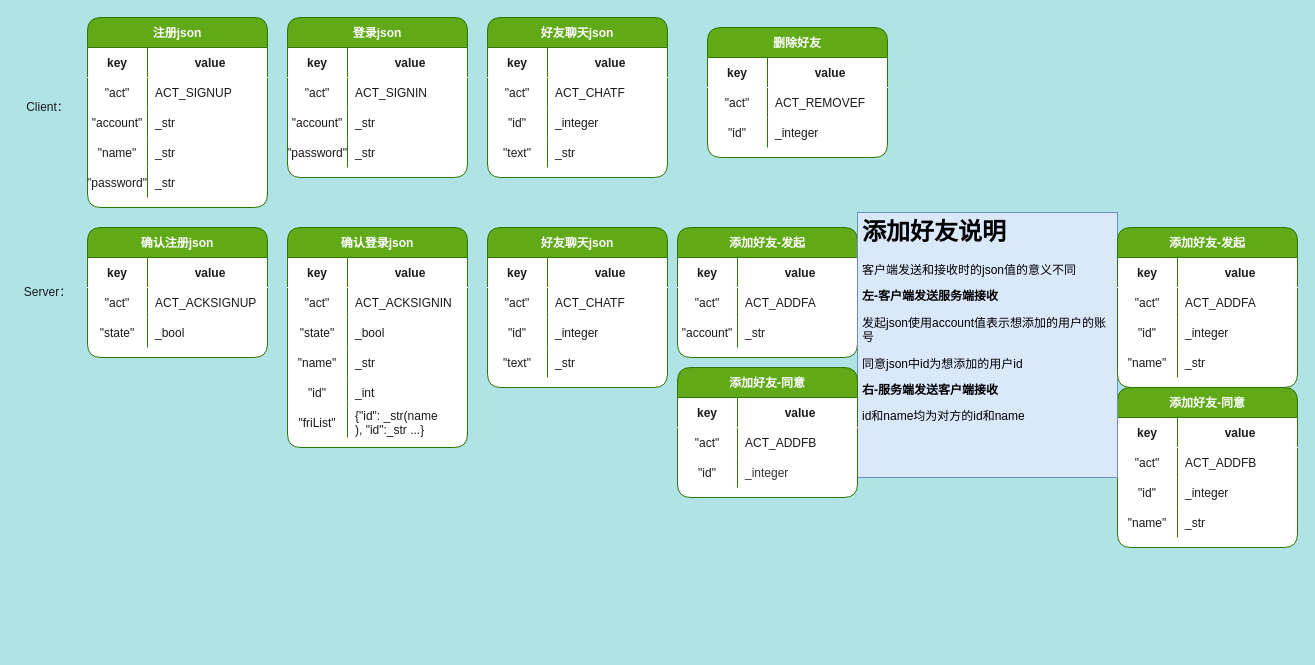
This is json类型约定.drawio from leo-zhang-git/Gchatpro-file, a draw.io file, before an edit. Source tidied: cells renumbered, new cells numbered last; positions are measured from the earlier drawing's top-left corner, leaving out a move shared by most shapes. Both pictures are drawn from the tidied source at 100%, with x=0, y=0 at pixel (17, 17).
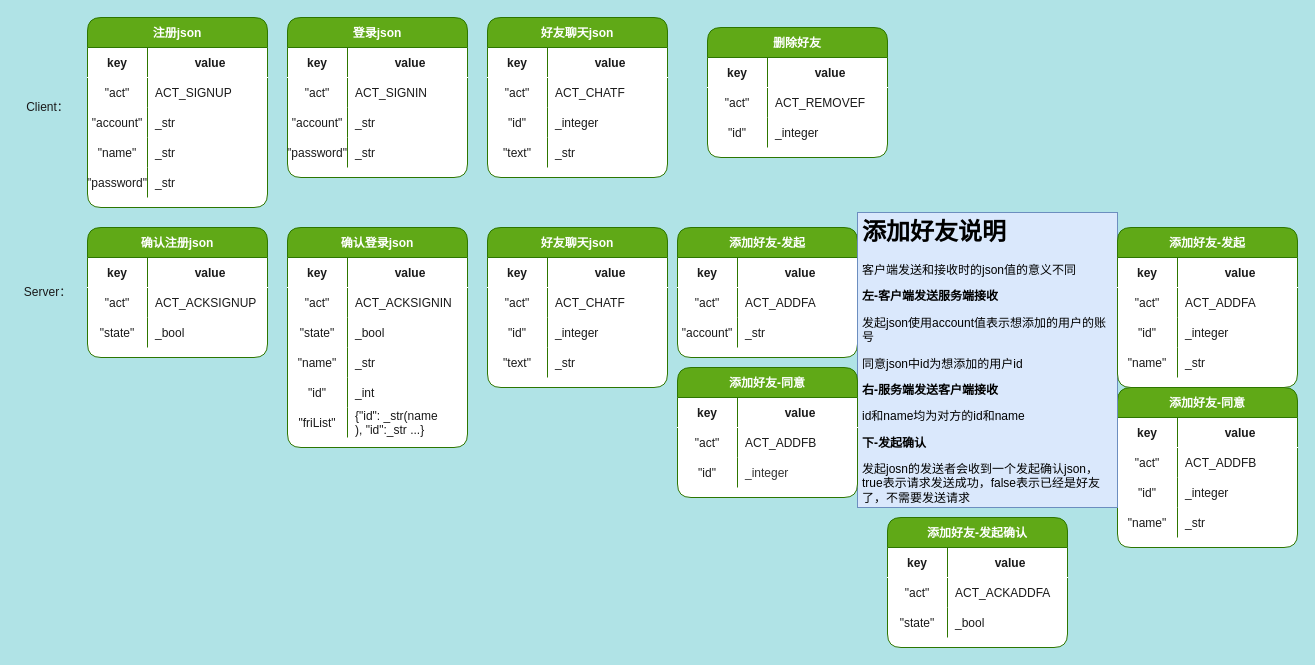
After the change.

Commit message:
添加/删除好友

What changed in the source:
```diff
@@
-    <mxCell id="111" value="&lt;h1&gt;添加好友说明&lt;/h1&gt;&lt;div&gt;客户端发送和接收时的json值的意义不同&lt;/div&gt;&lt;p&gt;&lt;b&gt;左-客户端发送服务端接收&lt;/b&gt;&lt;/p&gt;&lt;p&gt;发起json使用account值表示想添加的用户的账号&lt;/p&gt;&lt;p&gt;同意json中id为想添加的用户id&lt;/p&gt;&lt;p&gt;&lt;b&gt;右-服务端发送客户端接收&lt;/b&gt;&lt;/p&gt;&lt;p&gt;id和name均为对方的id和name&lt;/p&gt;" style="text;html=1;spacing=5;spacingTop=-20;whiteSpace=wrap;overflow=hidden;rounded=0;fillColor=#dae8fc;strokeColor=#6c8ebf;" parent="1" vertex="1">
-      <mxGeometry x="840" y="195" width="260" height="265" as="geometry" />
+    <mxCell id="111" value="&lt;h1&gt;添加好友说明&lt;/h1&gt;&lt;div&gt;客户端发送和接收时的json值的意义不同&lt;/div&gt;&lt;p&gt;&lt;b&gt;左-客户端发送服务端接收&lt;/b&gt;&lt;/p&gt;&lt;p&gt;发起json使用account值表示想添加的用户的账号&lt;/p&gt;&lt;p&gt;同意json中id为想添加的用户id&lt;/p&gt;&lt;p&gt;&lt;b&gt;右-服务端发送客户端接收&lt;/b&gt;&lt;/p&gt;&lt;p&gt;id和name均为对方的id和name&lt;/p&gt;&lt;p&gt;&lt;b&gt;下-发起确认&lt;/b&gt;&lt;/p&gt;&lt;p&gt;发起josn的发送者会收到一个发起确认json，true表示请求发送成功，false表示已经是好友了，不需要发送请求&lt;/p&gt;" style="text;html=1;spacing=5;spacingTop=-20;whiteSpace=wrap;overflow=hidden;rounded=0;fillColor=#dae8fc;strokeColor=#6c8ebf;" parent="1" vertex="1">
+      <mxGeometry x="840" y="195" width="260" height="295" as="geometry" />
     </mxCell>
@@
+    <mxCell id="145" value="添加好友-发起确认" style="shape=table;startSize=30;childLayout=tableLayout;rowLines=0;fontStyle=1;align=center;rounded=1;shadow=0;fillColor=#60a917;strokeColor=#2D7600;fontColor=#ffffff;flipH=1;flipV=0;gradientColor=none;swimlaneFillColor=default;" parent="1" vertex="1">
+      <mxGeometry x="870" y="500" width="180" height="130" as="geometry" />
+    </mxCell>
+    <mxCell id="146" style="shape=tableRow;horizontal=0;startSize=0;swimlaneHead=0;swimlaneBody=0;fillColor=none;top=0;left=0;right=0;bottom=1;rounded=1;shadow=0;fontColor=#1A1A1A;strokeColor=#FFFFFF;" parent="145" vertex="1">
+      <mxGeometry y="30" width="180" height="30" as="geometry" />
+    </mxCell>
+    <mxCell id="147" value="key" style="shape=partialRectangle;fillColor=none;top=0;left=0;bottom=0;right=0;fontStyle=1;overflow=hidden;rounded=1;shadow=0;fontColor=#1A1A1A;strokeColor=#FFFFFF;" parent="146" vertex="1">
+      <mxGeometry width="60" height="30" as="geometry" />
+    </mxCell>
+    <mxCell id="148" value="value" style="shape=partialRectangle;fillColor=none;top=0;left=0;bottom=0;right=0;align=center;spacingLeft=6;fontStyle=1;overflow=hidden;rounded=1;shadow=0;fontColor=#1A1A1A;strokeColor=#66FF66;verticalAlign=middle;" parent="146" vertex="1">
+      <mxGeometry x="60" width="120" height="30" as="geometry" />
+    </mxCell>
+    <mxCell id="149" style="shape=tableRow;horizontal=0;startSize=0;swimlaneHead=0;swimlaneBody=0;fillColor=none;top=0;left=0;right=0;bottom=0;rounded=1;shadow=0;fontColor=#1A1A1A;strokeColor=#FFFFFF;" parent="145" vertex="1">
+      <mxGeometry y="60" width="180" height="30" as="geometry" />
+    </mxCell>
+    <mxCell id="150" value="&quot;act&quot;" style="shape=partialRectangle;fillColor=none;top=0;left=0;bottom=0;right=0;overflow=hidden;rounded=1;shadow=0;fontColor=#1A1A1A;strokeColor=#FFFFFF;" parent="149" vertex="1">
+      <mxGeometry width="60" height="30" as="geometry" />
+    </mxCell>
+    <mxCell id="151" value="ACT_ACKADDFA" style="shape=partialRectangle;fillColor=none;top=0;left=0;bottom=0;right=0;align=left;spacingLeft=6;overflow=hidden;rounded=1;shadow=0;fontColor=#1A1A1A;strokeColor=#FFFFFF;" parent="149" vertex="1">
+      <mxGeometry x="60" width="120" height="30" as="geometry" />
+    </mxCell>
+    <mxCell id="152" style="shape=tableRow;horizontal=0;startSize=0;swimlaneHead=0;swimlaneBody=0;fillColor=none;top=0;left=0;right=0;bottom=0;rounded=1;shadow=0;fontColor=#1A1A1A;strokeColor=#FFFFFF;" parent="145" vertex="1">
+      <mxGeometry y="90" width="180" height="30" as="geometry" />
+    </mxCell>
+    <mxCell id="153" value="&quot;state&quot;" style="shape=partialRectangle;fillColor=none;top=0;left=0;bottom=0;right=0;overflow=hidden;rounded=1;shadow=0;fontColor=#1A1A1A;strokeColor=#FFFFFF;" parent="152" vertex="1">
+      <mxGeometry width="60" height="30" as="geometry" />
+    </mxCell>
+    <mxCell id="154" value="_bool" style="shape=partialRectangle;fillColor=none;top=0;left=0;bottom=0;right=0;align=left;spacingLeft=6;overflow=hidden;rounded=1;shadow=0;fontColor=#1A1A1A;strokeColor=#FFFFFF;" parent="152" vertex="1">
+      <mxGeometry x="60" width="120" height="30" as="geometry" />
+    </mxCell>
```
